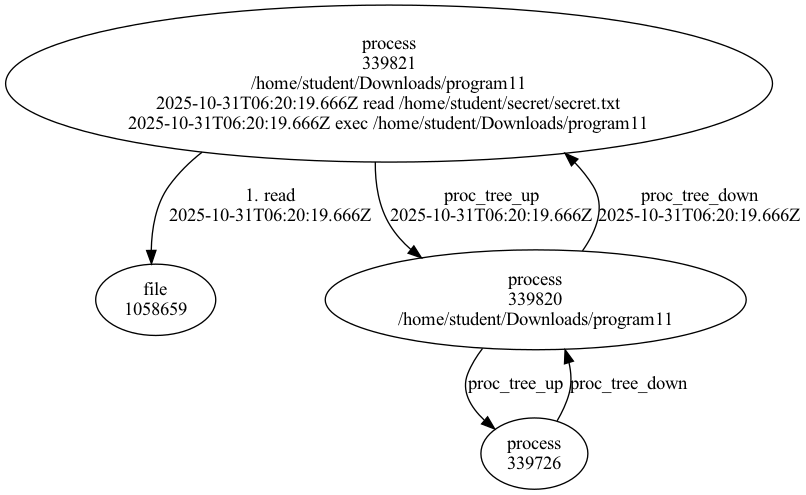
This is reports/forward/forward_155.png from return2faye/beattracker, a Graphviz export, as it was before one commit. Its source is kept beside it as reports/forward/forward_155.dot. Source of this version:
```dot
digraph G {
  "('proc', 339821)" [label="process\n339821\n/home/student/Downloads/program11\n2025-10-31T06:20:19.666Z read /home/student/secret/secret.txt\n2025-10-31T06:20:19.666Z exec /home/student/Downloads/program11"];
  "('file', '1058659')" [label="file\n1058659"];
  "('proc', 339820)" [label="process\n339820\n/home/student/Downloads/program11"];
  "('proc', 339726)" [label="process\n339726"];
  "('proc', 339821)" -> "('file', '1058659')" [label="1. read\n2025-10-31T06:20:19.666Z"];
  "('proc', 339821)" -> "('proc', 339820)" [label="proc_tree_up\n2025-10-31T06:20:19.666Z"];
  "('proc', 339820)" -> "('proc', 339821)" [label="proc_tree_down\n2025-10-31T06:20:19.666Z"];
  "('proc', 339726)" -> "('proc', 339820)" [label="proc_tree_down"];
  "('proc', 339820)" -> "('proc', 339726)" [label="proc_tree_up"];
}
```
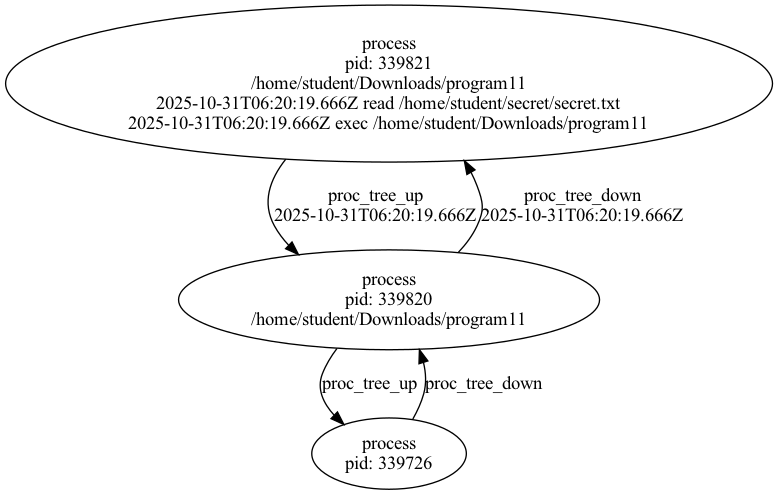
Above is the later version.

Commit message:
imporved visulization of backtracker and process file relationship design when parsing

Diff of the diagram source:
```diff
@@ -1,9 +1,7 @@
 digraph G {
-  "('proc', 339821)" [label="process\n339821\n/home/student/Downloads/program11\n2025-10-31T06:20:19.666Z read /home/student/secret/secret.txt\n2025-10-31T06:20:19.666Z exec /home/student/Downloads/program11"];
-  "('file', '1058659')" [label="file\n1058659"];
-  "('proc', 339820)" [label="process\n339820\n/home/student/Downloads/program11"];
-  "('proc', 339726)" [label="process\n339726"];
-  "('proc', 339821)" -> "('file', '1058659')" [label="1. read\n2025-10-31T06:20:19.666Z"];
+  "('proc', 339821)" [label="process\npid: 339821\n/home/student/Downloads/program11\n2025-10-31T06:20:19.666Z read /home/student/secret/secret.txt\n2025-10-31T06:20:19.666Z exec /home/student/Downloads/program11"];
+  "('proc', 339820)" [label="process\npid: 339820\n/home/student/Downloads/program11"];
+  "('proc', 339726)" [label="process\npid: 339726"];
   "('proc', 339821)" -> "('proc', 339820)" [label="proc_tree_up\n2025-10-31T06:20:19.666Z"];
   "('proc', 339820)" -> "('proc', 339821)" [label="proc_tree_down\n2025-10-31T06:20:19.666Z"];
   "('proc', 339726)" -> "('proc', 339820)" [label="proc_tree_down"];
```
